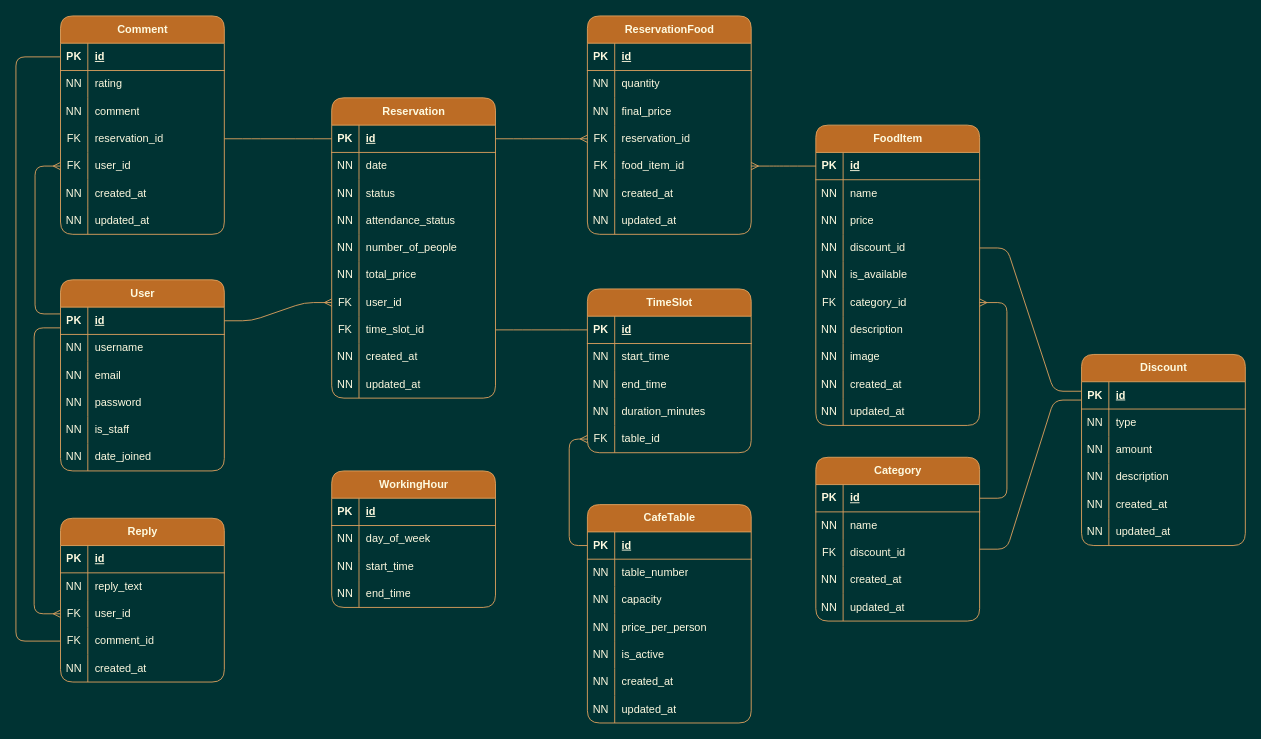
Before: ERD.drawio in SobhanFatemi/online-cafe-reservation-system, a draw.io diagram. Source tidied: cells renumbered, new cells numbered last; positions are measured from the earlier drawing's top-left corner, leaving out a move shared by most shapes. Both pictures are drawn from the tidied source at 91%, with x=0, y=0 at pixel (15, 15).
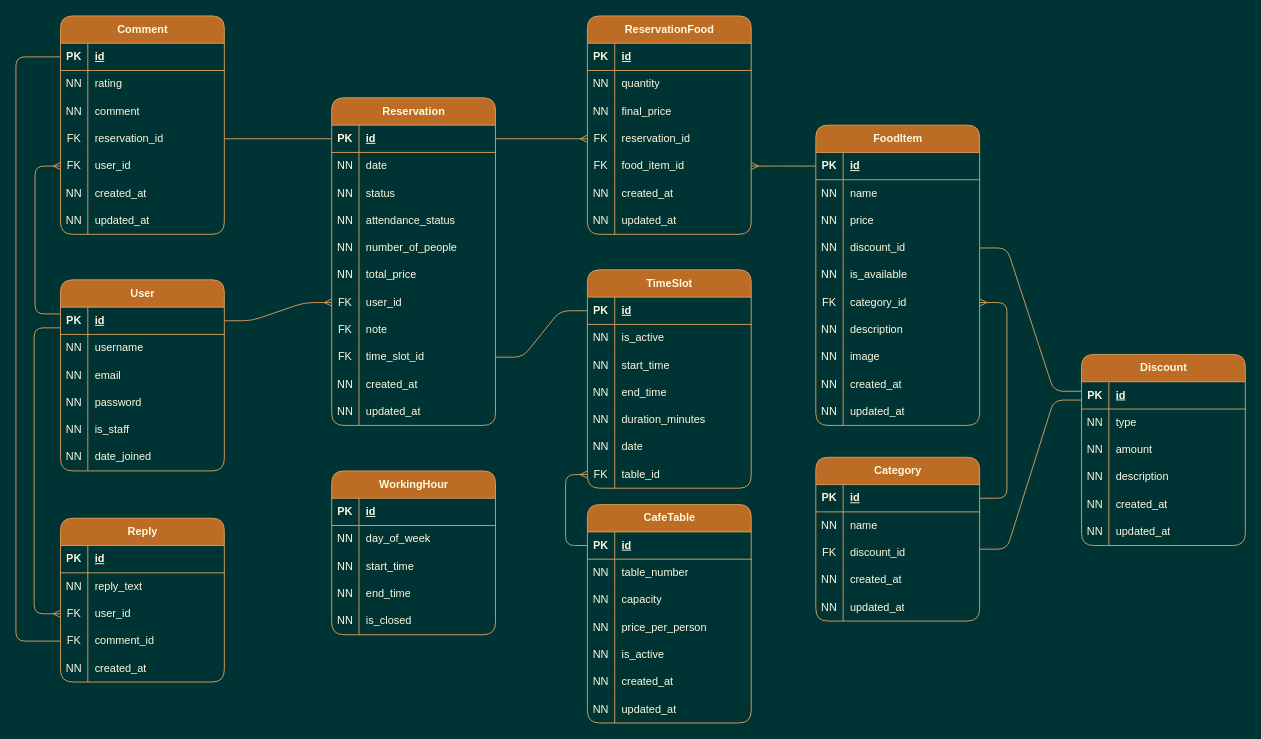
Above is the later version.

The change refers to these unchanged cells:
```xml
<mxCell id="22" style="shape=tableRow;horizontal=0;startSize=0;swimlaneHead=0;swimlaneBody=0;fillColor=none;points=[[0,0.5],[1,0.5]];portConstraint=eastwest;top=0;left=0;right=0;bottom=1;labelBackgroundColor=none;strokeColor=#DDA15E;fontColor=#FEFAE0;rounded=1;" parent="21" vertex="1">
  <mxGeometry y="30" width="180" height="30" as="geometry" />
</mxCell>
```

Change to the diagram source:
```diff
@@
     <mxCell id="43" value="WorkingHour" style="shape=table;startSize=30;childLayout=tableLayout;rowLines=0;fontStyle=1;align=center;html=1;fillColor=#BC6C25;fontColor=#FEFAE0;strokeColor=#DDA15E;labelBackgroundColor=none;rounded=1;" parent="1" vertex="1">
-      <mxGeometry x="347" y="500" width="180" height="150" as="geometry" />
+      <mxGeometry x="347" y="500" width="180" height="180" as="geometry" />
     </mxCell>
@@
+    <mxCell id="241" style="shape=tableRow;horizontal=0;startSize=0;swimlaneHead=0;swimlaneBody=0;fillColor=none;top=0;left=0;right=0;bottom=0;labelBackgroundColor=none;strokeColor=#DDA15E;fontColor=#FEFAE0;rounded=1;" parent="43" vertex="1">
+      <mxGeometry y="150" width="180" height="30" as="geometry" />
+    </mxCell>
+    <mxCell id="242" value="NN" style="shape=partialRectangle;fillColor=none;top=0;left=0;bottom=0;right=0;overflow=hidden;whiteSpace=wrap;html=1;labelBackgroundColor=none;strokeColor=#DDA15E;fontColor=#FEFAE0;rounded=1;" parent="241" vertex="1">
+      <mxGeometry width="30" height="30" as="geometry" />
+    </mxCell>
+    <mxCell id="243" value="is_closed" style="shape=partialRectangle;fillColor=none;top=0;left=0;bottom=0;right=0;align=left;spacingLeft=6;overflow=hidden;whiteSpace=wrap;html=1;labelBackgroundColor=none;strokeColor=#DDA15E;fontColor=#FEFAE0;rounded=1;" parent="241" vertex="1">
+      <mxGeometry x="30" width="150" height="30" as="geometry" />
+    </mxCell>
     <mxCell id="56" value="TimeSlot" style="shape=table;startSize=30;childLayout=tableLayout;rowLines=0;fontStyle=1;align=center;html=1;fillColor=#BC6C25;fontColor=#FEFAE0;strokeColor=#DDA15E;labelBackgroundColor=none;rounded=1;" parent="1" vertex="1">
-      <mxGeometry x="628" y="300" width="180" height="180" as="geometry" />
+      <mxGeometry x="628" y="279" width="180" height="240" as="geometry" />
     </mxCell>
@@
+    <mxCell id="244" style="shape=tableRow;horizontal=0;startSize=0;swimlaneHead=0;swimlaneBody=0;fillColor=none;top=0;left=0;right=0;bottom=0;labelBackgroundColor=none;strokeColor=#DDA15E;fontColor=#FEFAE0;rounded=1;" parent="56" vertex="1">
+      <mxGeometry y="60" width="180" height="30" as="geometry" />
+    </mxCell>
+    <mxCell id="245" value="NN" style="shape=partialRectangle;fillColor=none;top=0;left=0;bottom=0;right=0;overflow=hidden;whiteSpace=wrap;html=1;labelBackgroundColor=none;strokeColor=#DDA15E;fontColor=#FEFAE0;rounded=1;" parent="244" vertex="1">
+      <mxGeometry width="30" height="30" as="geometry" />
+    </mxCell>
+    <mxCell id="246" value="is_active" style="shape=partialRectangle;fillColor=none;top=0;left=0;bottom=0;right=0;align=left;spacingLeft=6;overflow=hidden;whiteSpace=wrap;html=1;labelBackgroundColor=none;strokeColor=#DDA15E;fontColor=#FEFAE0;rounded=1;" parent="244" vertex="1">
+      <mxGeometry x="30" width="150" height="30" as="geometry" />
+    </mxCell>
     <mxCell id="60" style="shape=tableRow;horizontal=0;startSize=0;swimlaneHead=0;swimlaneBody=0;fillColor=none;top=0;left=0;right=0;bottom=0;labelBackgroundColor=none;strokeColor=#DDA15E;fontColor=#FEFAE0;rounded=1;" parent="56" vertex="1">
-      <mxGeometry y="60" width="180" height="30" as="geometry" />
+      <mxGeometry y="90" width="180" height="30" as="geometry" />
     </mxCell>
@@
     <mxCell id="63" style="shape=tableRow;horizontal=0;startSize=0;swimlaneHead=0;swimlaneBody=0;fillColor=none;top=0;left=0;right=0;bottom=0;labelBackgroundColor=none;strokeColor=#DDA15E;fontColor=#FEFAE0;rounded=1;" parent="56" vertex="1">
-      <mxGeometry y="90" width="180" height="30" as="geometry" />
+      <mxGeometry y="120" width="180" height="30" as="geometry" />
     </mxCell>
@@
     <mxCell id="66" style="shape=tableRow;horizontal=0;startSize=0;swimlaneHead=0;swimlaneBody=0;fillColor=none;top=0;left=0;right=0;bottom=0;labelBackgroundColor=none;strokeColor=#DDA15E;fontColor=#FEFAE0;rounded=1;" parent="56" vertex="1">
-      <mxGeometry y="120" width="180" height="30" as="geometry" />
+      <mxGeometry y="150" width="180" height="30" as="geometry" />
     </mxCell>
@@
     <mxCell id="69" style="shape=tableRow;horizontal=0;startSize=0;swimlaneHead=0;swimlaneBody=0;fillColor=none;points=[[0,0.5],[1,0.5]];portConstraint=eastwest;top=0;left=0;right=0;bottom=0;labelBackgroundColor=none;strokeColor=#DDA15E;fontColor=#FEFAE0;rounded=1;" parent="56" vertex="1">
-      <mxGeometry y="150" width="180" height="30" as="geometry" />
+      <mxGeometry y="180" width="180" height="30" as="geometry" />
     </mxCell>
-    <mxCell id="70" value="FK" style="shape=partialRectangle;fillColor=none;top=0;left=0;bottom=0;right=0;overflow=hidden;whiteSpace=wrap;html=1;labelBackgroundColor=none;strokeColor=#DDA15E;fontColor=#FEFAE0;rounded=1;" parent="69" vertex="1">
+    <mxCell id="70" value="NN" style="shape=partialRectangle;fillColor=none;top=0;left=0;bottom=0;right=0;overflow=hidden;whiteSpace=wrap;html=1;labelBackgroundColor=none;strokeColor=#DDA15E;fontColor=#FEFAE0;rounded=1;" parent="69" vertex="1">
       <mxGeometry width="30" height="30" as="geometry" />
     </mxCell>
-    <mxCell id="71" value="table_id" style="shape=partialRectangle;fillColor=none;top=0;left=0;bottom=0;right=0;align=left;spacingLeft=6;overflow=hidden;whiteSpace=wrap;html=1;labelBackgroundColor=none;strokeColor=#DDA15E;fontColor=#FEFAE0;rounded=1;" parent="69" vertex="1">
+    <mxCell id="71" value="date" style="shape=partialRectangle;fillColor=none;top=0;left=0;bottom=0;right=0;align=left;spacingLeft=6;overflow=hidden;whiteSpace=wrap;html=1;labelBackgroundColor=none;strokeColor=#DDA15E;fontColor=#FEFAE0;rounded=1;" parent="69" vertex="1">
       <mxGeometry x="30" width="150" height="30" as="geometry" />
     </mxCell>
+    <mxCell id="247" style="shape=tableRow;horizontal=0;startSize=0;swimlaneHead=0;swimlaneBody=0;fillColor=none;points=[[0,0.5],[1,0.5]];portConstraint=eastwest;top=0;left=0;right=0;bottom=0;labelBackgroundColor=none;strokeColor=#DDA15E;fontColor=#FEFAE0;rounded=1;" parent="56" vertex="1">
+      <mxGeometry y="210" width="180" height="30" as="geometry" />
+    </mxCell>
+    <mxCell id="248" value="FK" style="shape=partialRectangle;fillColor=none;top=0;left=0;bottom=0;right=0;overflow=hidden;whiteSpace=wrap;html=1;labelBackgroundColor=none;strokeColor=#DDA15E;fontColor=#FEFAE0;rounded=1;" parent="247" vertex="1">
+      <mxGeometry width="30" height="30" as="geometry" />
+    </mxCell>
+    <mxCell id="249" value="table_id" style="shape=partialRectangle;fillColor=none;top=0;left=0;bottom=0;right=0;align=left;spacingLeft=6;overflow=hidden;whiteSpace=wrap;html=1;labelBackgroundColor=none;strokeColor=#DDA15E;fontColor=#FEFAE0;rounded=1;" parent="247" vertex="1">
+      <mxGeometry x="30" width="150" height="30" as="geometry" />
+    </mxCell>
@@
     <mxCell id="119" value="Reservation" style="shape=table;startSize=30;childLayout=tableLayout;rowLines=0;fontStyle=1;align=center;html=1;fillColor=#BC6C25;fontColor=#FEFAE0;strokeColor=#DDA15E;labelBackgroundColor=none;rounded=1;" parent="1" vertex="1">
-      <mxGeometry x="347" y="90" width="180" height="330" as="geometry" />
+      <mxGeometry x="347" y="90" width="180" height="360" as="geometry" />
     </mxCell>
@@
+    <mxCell id="250" style="shape=tableRow;horizontal=0;startSize=0;swimlaneHead=0;swimlaneBody=0;fillColor=none;top=0;left=0;right=0;bottom=0;labelBackgroundColor=none;strokeColor=#DDA15E;fontColor=#FEFAE0;rounded=1;" parent="119" vertex="1">
+      <mxGeometry y="240" width="180" height="30" as="geometry" />
+    </mxCell>
+    <mxCell id="251" value="FK" style="shape=partialRectangle;fillColor=none;top=0;left=0;bottom=0;right=0;overflow=hidden;whiteSpace=wrap;html=1;labelBackgroundColor=none;strokeColor=#DDA15E;fontColor=#FEFAE0;rounded=1;" parent="250" vertex="1">
+      <mxGeometry width="30" height="30" as="geometry" />
+    </mxCell>
+    <mxCell id="252" value="note" style="shape=partialRectangle;fillColor=none;top=0;left=0;bottom=0;right=0;align=left;spacingLeft=6;overflow=hidden;whiteSpace=wrap;html=1;labelBackgroundColor=none;strokeColor=#DDA15E;fontColor=#FEFAE0;rounded=1;" parent="250" vertex="1">
+      <mxGeometry x="30" width="150" height="30" as="geometry" />
+    </mxCell>
     <mxCell id="141" style="shape=tableRow;horizontal=0;startSize=0;swimlaneHead=0;swimlaneBody=0;fillColor=none;points=[[0,0.5],[1,0.5]];portConstraint=eastwest;top=0;left=0;right=0;bottom=0;labelBackgroundColor=none;strokeColor=#DDA15E;fontColor=#FEFAE0;rounded=1;" parent="119" vertex="1">
-      <mxGeometry y="240" width="180" height="30" as="geometry" />
+      <mxGeometry y="270" width="180" height="30" as="geometry" />
     </mxCell>
@@
     <mxCell id="144" style="shape=tableRow;horizontal=0;startSize=0;swimlaneHead=0;swimlaneBody=0;fillColor=none;top=0;left=0;right=0;bottom=0;labelBackgroundColor=none;strokeColor=#DDA15E;fontColor=#FEFAE0;rounded=1;" parent="119" vertex="1">
-      <mxGeometry y="270" width="180" height="30" as="geometry" />
+      <mxGeometry y="300" width="180" height="30" as="geometry" />
     </mxCell>
@@
     <mxCell id="147" style="shape=tableRow;horizontal=0;startSize=0;swimlaneHead=0;swimlaneBody=0;fillColor=none;top=0;left=0;right=0;bottom=0;labelBackgroundColor=none;strokeColor=#DDA15E;fontColor=#FEFAE0;rounded=1;" parent="119" vertex="1">
-      <mxGeometry y="300" width="180" height="30" as="geometry" />
+      <mxGeometry y="330" width="180" height="30" as="geometry" />
     </mxCell>
@@
-    <mxCell id="240" style="edgeStyle=orthogonalEdgeStyle;fontSize=12;html=1;endArrow=ERmany;rounded=1;entryX=0;entryY=0.5;entryDx=0;entryDy=0;exitX=0;exitY=0.5;exitDx=0;exitDy=0;labelBackgroundColor=none;strokeColor=#DDA15E;fontColor=default;" parent="1" edge="1" source="22" target="69">
-      <mxGeometry relative="1" as="geometry">
-        <Array as="points">
-          <mxPoint x="608" y="582" />
-          <mxPoint x="608" y="465" />
-        </Array>
-      </mxGeometry>
-    </mxCell>
+    <mxCell id="253" style="edgeStyle=orthogonalEdgeStyle;fontSize=12;html=1;endArrow=ERmany;rounded=1;exitX=0;exitY=0.5;exitDx=0;exitDy=0;entryX=0;entryY=0.5;entryDx=0;entryDy=0;labelBackgroundColor=none;strokeColor=#DDA15E;fontColor=default;" parent="1" edge="1" source="22" target="247">
+      <mxGeometry relative="1" as="geometry">
+        <Array as="points">
+          <mxPoint x="604" y="582" />
+          <mxPoint x="604" y="504" />
+        </Array>
+      </mxGeometry>
+    </mxCell>
```
